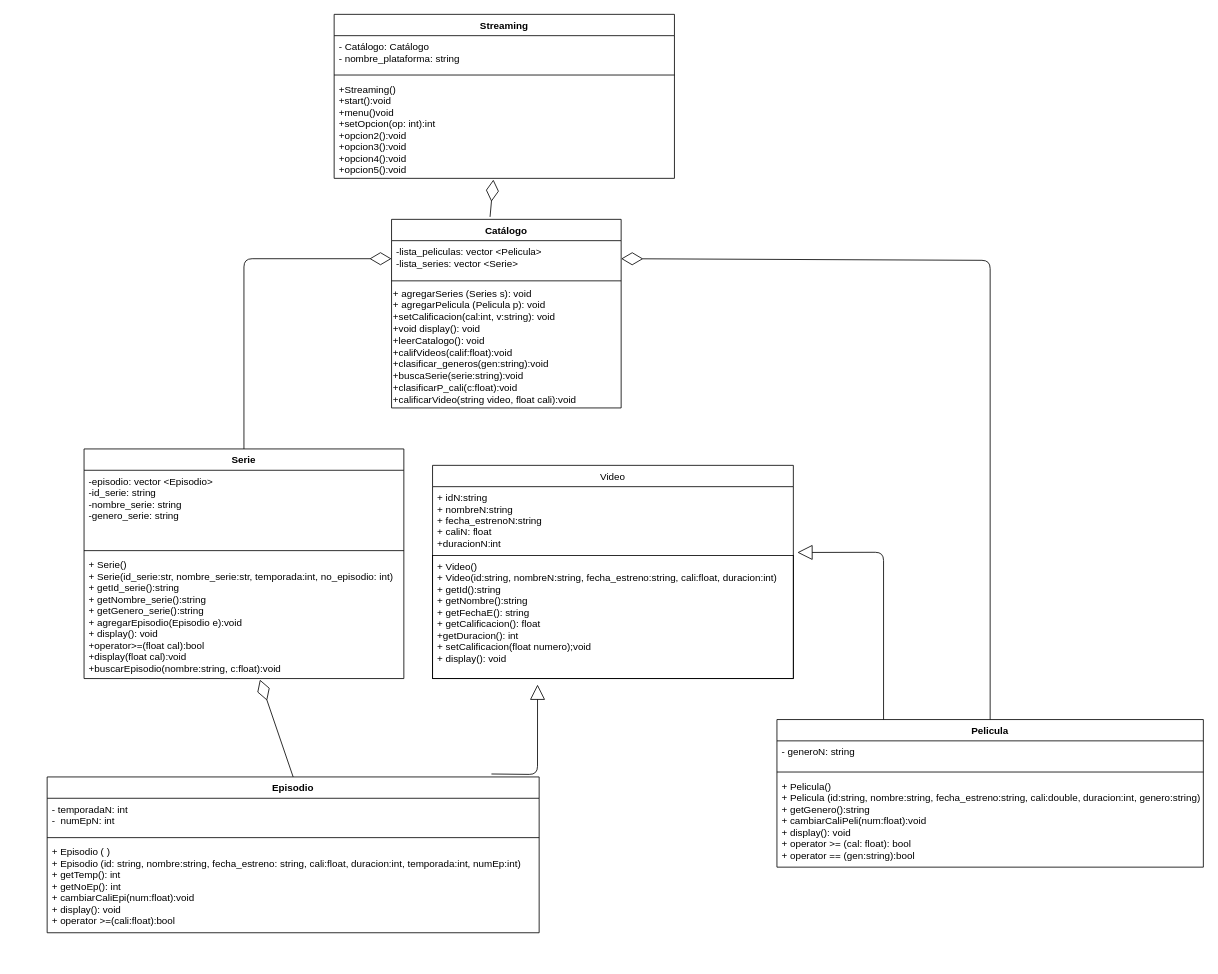
Before: streamingHerencia.drawio in FJ22-TC1030/proyectointegrador-A01748800, a draw.io diagram. Source tidied: cells renumbered, new cells numbered last; positions are measured from the earlier drawing's top-left corner, leaving out a move shared by most shapes. Both pictures are drawn from the tidied source at 82%, with x=0, y=0 at pixel (47, 14).
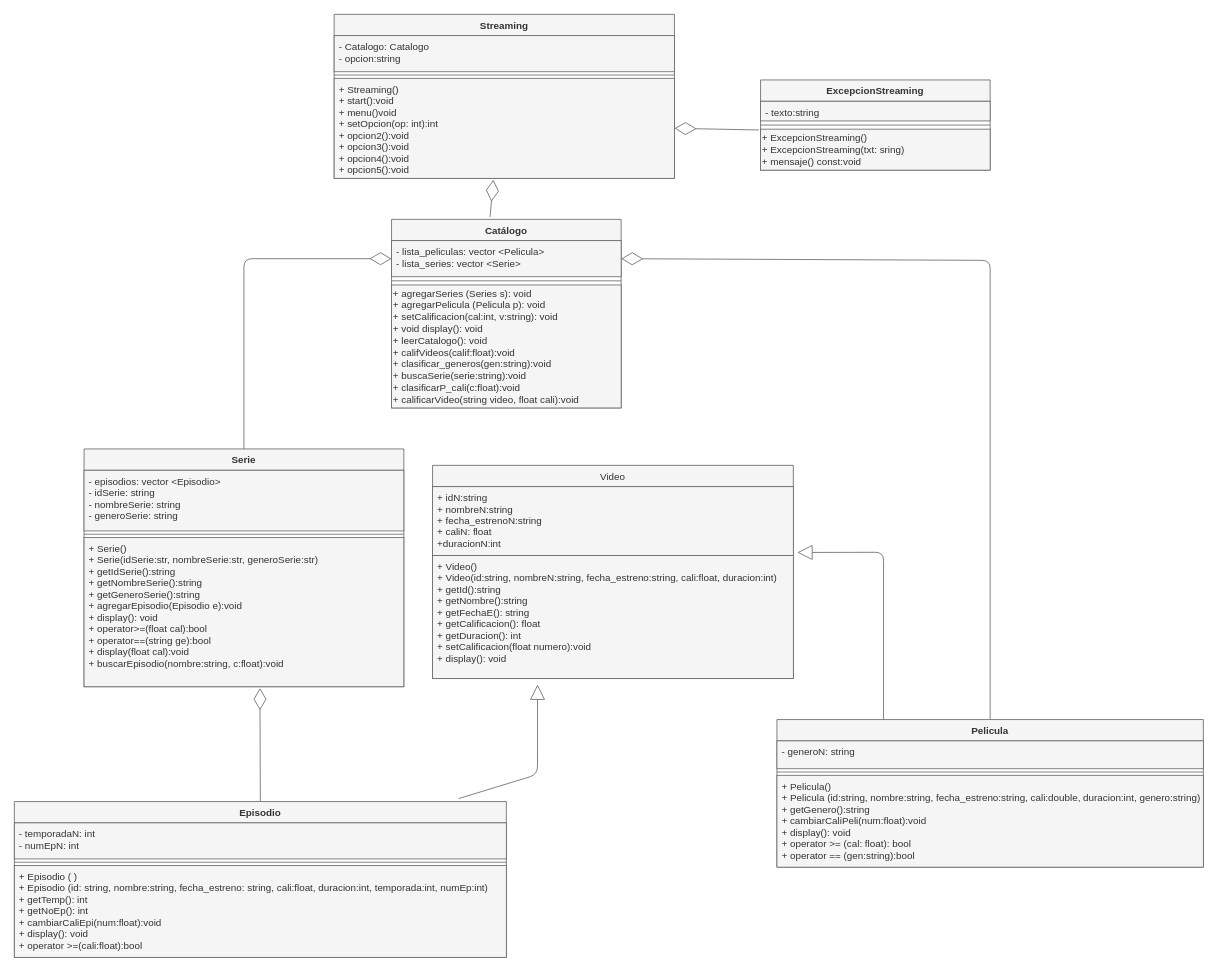
The same page after the edit.

Change to the diagram source:
```diff
@@
-<mxGraphModel>
+<mxGraphModel background="#ffffff">
@@
-    <mxCell id="2" value="Streaming" style="swimlane;fontStyle=1;align=center;verticalAlign=top;horizontal=1;startSize=26;" parent="1" vertex="1">
+    <mxCell id="2" value="Streaming" style="swimlane;fontStyle=1;align=center;verticalAlign=top;horizontal=1;startSize=26;strokeColor=#666666;fillColor=#f5f5f5;fontColor=#333333;" parent="1" vertex="1">
       <mxGeometry x="350" width="415" height="200" as="geometry" />
     </mxCell>
-    <mxCell id="3" value="- Catálogo: Catálogo&#10;- nombre_plataforma: string" style="text;strokeColor=none;fillColor=none;align=left;verticalAlign=top;spacingLeft=4;spacingRight=4;overflow=hidden;" parent="2" vertex="1">
+    <mxCell id="3" value="- Catalogo: Catalogo&#10;- opcion:string " style="text;strokeColor=#666666;fillColor=#f5f5f5;align=left;verticalAlign=top;spacingLeft=4;spacingRight=4;overflow=hidden;fontColor=#333333;" parent="2" vertex="1">
       <mxGeometry y="26" width="415" height="44" as="geometry" />
     </mxCell>
-    <mxCell id="4" style="line;strokeWidth=1;fillColor=none;align=left;verticalAlign=middle;spacingTop=-1;spacingLeft=3;spacingRight=3;labelPosition=right;" parent="2" vertex="1">
+    <mxCell id="4" style="line;strokeWidth=1;fillColor=#f5f5f5;align=left;verticalAlign=middle;spacingTop=-1;spacingLeft=3;spacingRight=3;labelPosition=right;strokeColor=#666666;fontColor=#333333;" parent="2" vertex="1">
       <mxGeometry y="70" width="415" height="8" as="geometry" />
     </mxCell>
-    <mxCell id="5" value="+Streaming()&#10;+start():void&#10;+menu()void&#10;+setOpcion(op: int):int&#10;+opcion2():void&#10;+opcion3():void    &#10;+opcion4():void&#10;+opcion5():void" style="text;strokeColor=none;fillColor=none;align=left;verticalAlign=top;spacingLeft=4;spacingRight=4;overflow=hidden;points=[[0,0.5],[1,0.5]];portConstraint=eastwest;" parent="2" vertex="1">
+    <mxCell id="5" value="+ Streaming()&#10;+ start():void&#10;+ menu()void&#10;+ setOpcion(op: int):int&#10;+ opcion2():void&#10;+ opcion3():void    &#10;+ opcion4():void&#10;+ opcion5():void" style="text;strokeColor=#666666;fillColor=#f5f5f5;align=left;verticalAlign=top;spacingLeft=4;spacingRight=4;overflow=hidden;points=[[0,0.5],[1,0.5]];portConstraint=eastwest;fontColor=#333333;" parent="2" vertex="1">
       <mxGeometry y="78" width="415" height="122" as="geometry" />
     </mxCell>
-    <mxCell id="6" value="Catálogo" style="swimlane;fontStyle=1;align=center;verticalAlign=top;horizontal=1;startSize=26;" parent="1" vertex="1">
+    <mxCell id="6" value="Catálogo" style="swimlane;fontStyle=1;align=center;verticalAlign=top;horizontal=1;startSize=26;strokeColor=#666666;fillColor=#f5f5f5;fontColor=#333333;" parent="1" vertex="1">
       <mxGeometry x="420" y="250" width="280" height="230" as="geometry" />
     </mxCell>
-    <mxCell id="7" value="-lista_peliculas: vector &lt;Pelicula&gt;&#10;-lista_series: vector &lt;Serie&gt;&#10;&#10;" style="text;strokeColor=none;fillColor=none;align=left;verticalAlign=top;spacingLeft=4;spacingRight=4;overflow=hidden;points=[[0,0.5],[1,0.5]];portConstraint=eastwest;" parent="6" vertex="1">
+    <mxCell id="7" value="- lista_peliculas: vector &lt;Pelicula&gt;&#10;- lista_series: vector &lt;Serie&gt;&#10;&#10;" style="text;strokeColor=#666666;fillColor=#f5f5f5;align=left;verticalAlign=top;spacingLeft=4;spacingRight=4;overflow=hidden;points=[[0,0.5],[1,0.5]];portConstraint=eastwest;fontColor=#333333;" parent="6" vertex="1">
       <mxGeometry y="26" width="280" height="44" as="geometry" />
     </mxCell>
-    <mxCell id="8" style="line;strokeWidth=1;fillColor=none;align=left;verticalAlign=middle;spacingTop=-1;spacingLeft=3;spacingRight=3;labelPosition=right;" parent="6" vertex="1">
+    <mxCell id="8" style="line;strokeWidth=1;fillColor=#f5f5f5;align=left;verticalAlign=middle;spacingTop=-1;spacingLeft=3;spacingRight=3;labelPosition=right;strokeColor=#666666;fontColor=#333333;" parent="6" vertex="1">
       <mxGeometry y="70" width="280" height="10" as="geometry" />
     </mxCell>
-    <mxCell id="9" value="+ agregarSeries (Series s): void&lt;br&gt;+ agregarPelicula (Pelicula p): void&lt;br&gt;&lt;div&gt;+setCalificacion(cal:int, v:string): void&lt;/div&gt;&lt;div&gt;+void display(): void&lt;/div&gt;&lt;div&gt;+leerCatalogo(): void&lt;/div&gt;&lt;div&gt;+califVideos(calif:float):void&amp;nbsp;&lt;/div&gt;&lt;div&gt;+clasificar_generos(gen:string):void&lt;/div&gt;&lt;div&gt;+buscaSerie(serie:string):void&lt;/div&gt;&lt;div&gt;+clasificarP_cali(c:float):void&lt;/div&gt;&lt;div&gt;+calificarVideo(string video, float cali):void&lt;/div&gt;" style="text;html=1;align=left;verticalAlign=middle;strokeColor=none;fillColor=none;" parent="6" vertex="1">
+    <mxCell id="9" value="+ agregarSeries (Series s): void&lt;br&gt;+ agregarPelicula (Pelicula p): void&lt;br&gt;&lt;div&gt;+ setCalificacion(cal:int, v:string): void&lt;/div&gt;&lt;div&gt;+ void display(): void&lt;/div&gt;&lt;div&gt;+ leerCatalogo(): void&lt;/div&gt;&lt;div&gt;+ califVideos(calif:float):void&amp;nbsp;&lt;/div&gt;&lt;div&gt;+ clasificar_generos(gen:string):void&lt;/div&gt;&lt;div&gt;+ buscaSerie(serie:string):void&lt;/div&gt;&lt;div&gt;+ clasificarP_cali(c:float):void&lt;/div&gt;&lt;div&gt;+ calificarVideo(string video, float cali):void&lt;/div&gt;" style="text;html=1;align=left;verticalAlign=middle;strokeColor=#666666;fillColor=#f5f5f5;fontColor=#333333;" parent="6" vertex="1">
       <mxGeometry y="80" width="280" height="150" as="geometry" />
     </mxCell>
-    <mxCell id="10" value="Episodio" style="swimlane;fontStyle=1;align=center;verticalAlign=top;horizontal=1;startSize=26;" parent="1" vertex="1">
-      <mxGeometry y="930" width="600" height="190" as="geometry" />
+    <mxCell id="10" value="Episodio" style="swimlane;fontStyle=1;align=center;verticalAlign=top;horizontal=1;startSize=26;strokeColor=#666666;fillColor=#f5f5f5;fontColor=#333333;" parent="1" vertex="1">
+      <mxGeometry x="-40" y="960" width="600" height="190" as="geometry" />
     </mxCell>
-    <mxCell id="11" value="- temporadaN: int&#10;-  numEpN: int&#10;" style="text;strokeColor=none;fillColor=none;align=left;verticalAlign=top;spacingLeft=4;spacingRight=4;overflow=hidden;" parent="10" vertex="1">
+    <mxCell id="11" value="- temporadaN: int&#10;- numEpN: int&#10;" style="text;strokeColor=#666666;fillColor=#f5f5f5;align=left;verticalAlign=top;spacingLeft=4;spacingRight=4;overflow=hidden;fontColor=#333333;" parent="10" vertex="1">
       <mxGeometry y="26" width="600" height="44" as="geometry" />
     </mxCell>
-    <mxCell id="12" style="line;strokeWidth=1;fillColor=none;align=left;verticalAlign=middle;spacingTop=-1;spacingLeft=3;spacingRight=3;labelPosition=right;" parent="10" vertex="1">
+    <mxCell id="12" style="line;strokeWidth=1;fillColor=#f5f5f5;align=left;verticalAlign=middle;spacingTop=-1;spacingLeft=3;spacingRight=3;labelPosition=right;strokeColor=#666666;fontColor=#333333;" parent="10" vertex="1">
       <mxGeometry y="70" width="600" height="8" as="geometry" />
     </mxCell>
-    <mxCell id="13" value="+ Episodio ( )&#10;+ Episodio (id: string, nombre:string, fecha_estreno: string, cali:float, duracion:int, temporada:int, numEp:int)&#10;+ getTemp(): int&#10;+ getNoEp(): int&#10;+ cambiarCaliEpi(num:float):void&#10;+ display(): void&#10;+ operator &gt;=(cali:float):bool&#10;" style="text;strokeColor=none;fillColor=none;align=left;verticalAlign=top;spacingLeft=4;spacingRight=4;overflow=hidden;" parent="10" vertex="1">
+    <mxCell id="13" value="+ Episodio ( )&#10;+ Episodio (id: string, nombre:string, fecha_estreno: string, cali:float, duracion:int, temporada:int, numEp:int)&#10;+ getTemp(): int&#10;+ getNoEp(): int&#10;+ cambiarCaliEpi(num:float):void&#10;+ display(): void&#10;+ operator &gt;=(cali:float):bool&#10;" style="text;strokeColor=#666666;fillColor=#f5f5f5;align=left;verticalAlign=top;spacingLeft=4;spacingRight=4;overflow=hidden;fontColor=#333333;" parent="10" vertex="1">
       <mxGeometry y="78" width="600" height="112" as="geometry" />
     </mxCell>
-    <mxCell id="14" value="Pelicula" style="swimlane;fontStyle=1;align=center;verticalAlign=top;horizontal=1;startSize=26;" parent="1" vertex="1">
+    <mxCell id="14" value="Pelicula" style="swimlane;fontStyle=1;align=center;verticalAlign=top;horizontal=1;startSize=26;strokeColor=#666666;fillColor=#f5f5f5;fontColor=#333333;" parent="1" vertex="1">
       <mxGeometry x="890" y="860" width="520" height="180" as="geometry" />
     </mxCell>
-    <mxCell id="15" value="- generoN: string&#10;" style="text;strokeColor=none;fillColor=none;align=left;verticalAlign=top;spacingLeft=4;spacingRight=4;overflow=hidden;" parent="14" vertex="1">
+    <mxCell id="15" value="- generoN: string&#10;" style="text;strokeColor=#666666;fillColor=#f5f5f5;align=left;verticalAlign=top;spacingLeft=4;spacingRight=4;overflow=hidden;fontColor=#333333;" parent="14" vertex="1">
       <mxGeometry y="26" width="520" height="34" as="geometry" />
     </mxCell>
-    <mxCell id="16" style="line;strokeWidth=1;fillColor=none;align=left;verticalAlign=middle;spacingTop=-1;spacingLeft=3;spacingRight=3;labelPosition=right;" parent="14" vertex="1">
+    <mxCell id="16" style="line;strokeWidth=1;fillColor=#f5f5f5;align=left;verticalAlign=middle;spacingTop=-1;spacingLeft=3;spacingRight=3;labelPosition=right;strokeColor=#666666;fontColor=#333333;" parent="14" vertex="1">
       <mxGeometry y="60" width="520" height="8" as="geometry" />
     </mxCell>
-    <mxCell id="17" value="+ Pelicula()&#10;+ Pelicula (id:string, nombre:string, fecha_estreno:string, cali:double, duracion:int, genero:string)&#10;+ getGenero():string&#10;+ cambiarCaliPeli(num:float):void &#10;+ display(): void&#10;+ operator &gt;= (cal: float): bool&#10;+ operator == (gen:string):bool&#10;" style="text;strokeColor=none;fillColor=none;align=left;verticalAlign=top;spacingLeft=4;spacingRight=4;overflow=hidden;" parent="14" vertex="1">
+    <mxCell id="17" value="+ Pelicula()&#10;+ Pelicula (id:string, nombre:string, fecha_estreno:string, cali:double, duracion:int, genero:string)&#10;+ getGenero():string&#10;+ cambiarCaliPeli(num:float):void &#10;+ display(): void&#10;+ operator &gt;= (cal: float): bool&#10;+ operator == (gen:string):bool&#10;" style="text;strokeColor=#666666;fillColor=#f5f5f5;align=left;verticalAlign=top;spacingLeft=4;spacingRight=4;overflow=hidden;fontColor=#333333;" parent="14" vertex="1">
       <mxGeometry y="68" width="520" height="112" as="geometry" />
     </mxCell>
-    <mxCell id="18" style="endArrow=diamondThin;endFill=0;endSize=24;html=1;exitX=0.5;exitY=0;exitDx=0;exitDy=0;entryX=0.55;entryY=1.009;entryDx=0;entryDy=0;entryPerimeter=0;" parent="1" edge="1" source="10" target="28">
+    <mxCell id="18" style="endArrow=diamondThin;endFill=0;endSize=24;html=1;exitX=0.5;exitY=0;exitDx=0;exitDy=0;entryX=0.55;entryY=1.009;entryDx=0;entryDy=0;entryPerimeter=0;fontColor=#000000;strokeColor=#666666;fillColor=#f5f5f5;" parent="1" edge="1" source="10" target="28">
       <mxGeometry relative="1" as="geometry" />
     </mxCell>
-    <mxCell id="19" style="endArrow=diamondThin;endFill=0;endSize=24;html=1;exitX=0.5;exitY=0;exitDx=0;exitDy=0;entryX=0;entryY=0.5;entryDx=0;entryDy=0;" parent="1" edge="1" source="25" target="7">
+    <mxCell id="19" style="endArrow=diamondThin;endFill=0;endSize=24;html=1;exitX=0.5;exitY=0;exitDx=0;exitDy=0;entryX=0;entryY=0.5;entryDx=0;entryDy=0;fontColor=#000000;strokeColor=#666666;fillColor=#f5f5f5;" parent="1" edge="1" source="25" target="7">
       <mxGeometry relative="1" as="geometry">
         <Array as="points">
           <mxPoint x="240" y="298" />
         </Array>
       </mxGeometry>
     </mxCell>
-    <mxCell id="20" style="endArrow=diamondThin;endFill=0;endSize=24;html=1;entryX=1;entryY=0.5;entryDx=0;entryDy=0;exitX=0.5;exitY=0;exitDx=0;exitDy=0;" parent="1" edge="1" source="14" target="7">
+    <mxCell id="20" style="endArrow=diamondThin;endFill=0;endSize=24;html=1;entryX=1;entryY=0.5;entryDx=0;entryDy=0;exitX=0.5;exitY=0;exitDx=0;exitDy=0;fontColor=#000000;strokeColor=#666666;fillColor=#f5f5f5;" parent="1" edge="1" source="14" target="7">
       <mxGeometry relative="1" as="geometry">
         <Array as="points">
           <mxPoint x="1150" y="300" />
         </Array>
       </mxGeometry>
     </mxCell>
-    <mxCell id="21" value="Video" style="swimlane;fontStyle=0;horizontal=1;startSize=26;fillColor=none;strokeColor=default;" parent="1" vertex="1">
+    <mxCell id="21" value="Video" style="swimlane;fontStyle=0;horizontal=1;startSize=26;fillColor=#f5f5f5;strokeColor=#666666;fontColor=#333333;" parent="1" vertex="1">
       <mxGeometry x="470" y="550" width="440" height="260" as="geometry" />
     </mxCell>
-    <mxCell id="22" value="+ idN:string&#10;+ nombreN:string&#10;+ fecha_estrenoN:string&#10;+ caliN: float&#10;+duracionN:int" style="text;strokeColor=none;fillColor=none;align=left;verticalAlign=top;spacingLeft=4;spacingRight=4;overflow=hidden;" parent="21" vertex="1">
+    <mxCell id="22" value="+ idN:string&#10;+ nombreN:string&#10;+ fecha_estrenoN:string&#10;+ caliN: float&#10;+duracionN:int" style="text;strokeColor=#666666;fillColor=#f5f5f5;align=left;verticalAlign=top;spacingLeft=4;spacingRight=4;overflow=hidden;fontColor=#333333;" parent="21" vertex="1">
       <mxGeometry y="26" width="440" height="84" as="geometry" />
     </mxCell>
-    <mxCell id="23" value="+ Video()&#10;+ Video(id:string, nombreN:string, fecha_estreno:string, cali:float, duracion:int)&#10;+ getId():string&#10;+ getNombre():string&#10;+ getFechaE(): string&#10;+ getCalificacion(): float&#10;+getDuracion(): int&#10;+ setCalificacion(float numero);void &#10;+ display(): void" style="text;strokeColor=default;fillColor=none;align=left;verticalAlign=top;spacingLeft=4;spacingRight=4;overflow=hidden;points=[[0,0.5],[1,0.5]];portConstraint=eastwest;" parent="21" vertex="1">
+    <mxCell id="23" value="+ Video()&#10;+ Video(id:string, nombreN:string, fecha_estreno:string, cali:float, duracion:int)&#10;+ getId():string&#10;+ getNombre():string&#10;+ getFechaE(): string&#10;+ getCalificacion(): float&#10;+ getDuracion(): int&#10;+ setCalificacion(float numero):void &#10;+ display(): void" style="text;strokeColor=#666666;fillColor=#f5f5f5;align=left;verticalAlign=top;spacingLeft=4;spacingRight=4;overflow=hidden;points=[[0,0.5],[1,0.5]];portConstraint=eastwest;fontColor=#333333;" parent="21" vertex="1">
       <mxGeometry y="110" width="440" height="150" as="geometry" />
     </mxCell>
-    <mxCell id="24" style="endArrow=diamondThin;endFill=0;endSize=24;html=1;entryX=0.468;entryY=1.013;entryDx=0;entryDy=0;entryPerimeter=0;exitX=0.429;exitY=-0.013;exitDx=0;exitDy=0;exitPerimeter=0;" parent="1" edge="1" source="6" target="5">
+    <mxCell id="24" style="endArrow=diamondThin;endFill=0;endSize=24;html=1;entryX=0.468;entryY=1.013;entryDx=0;entryDy=0;entryPerimeter=0;exitX=0.429;exitY=-0.013;exitDx=0;exitDy=0;exitPerimeter=0;fontColor=#000000;strokeColor=#666666;fillColor=#f5f5f5;" parent="1" edge="1" source="6" target="5">
       <mxGeometry relative="1" as="geometry" />
     </mxCell>
-    <mxCell id="25" value="Serie" style="swimlane;fontStyle=1;align=center;verticalAlign=top;horizontal=1;startSize=26;" parent="1" vertex="1">
-      <mxGeometry x="45" y="530" width="390" height="280" as="geometry" />
+    <mxCell id="25" value="Serie" style="swimlane;fontStyle=1;align=center;verticalAlign=top;horizontal=1;startSize=26;strokeColor=#666666;fillColor=#f5f5f5;fontColor=#333333;" parent="1" vertex="1">
+      <mxGeometry x="45" y="530" width="390" height="290" as="geometry" />
     </mxCell>
-    <mxCell id="26" value="-episodio: vector &lt;Episodio&gt;&#10;-id_serie: string&#10;-nombre_serie: string&#10;-genero_serie: string" style="text;strokeColor=none;fillColor=none;align=left;verticalAlign=top;spacingLeft=4;spacingRight=4;overflow=hidden;" parent="25" vertex="1">
-      <mxGeometry y="26" width="390" height="94" as="geometry" />
+    <mxCell id="26" value="- episodios: vector &lt;Episodio&gt;&#10;- idSerie: string&#10;- nombreSerie: string&#10;- generoSerie: string" style="text;strokeColor=#666666;fillColor=#f5f5f5;align=left;verticalAlign=top;spacingLeft=4;spacingRight=4;overflow=hidden;fontColor=#333333;" parent="25" vertex="1">
+      <mxGeometry y="26" width="390" height="74" as="geometry" />
     </mxCell>
-    <mxCell id="27" style="line;strokeWidth=1;fillColor=none;align=left;verticalAlign=middle;spacingTop=-1;spacingLeft=3;spacingRight=3;labelPosition=right;" parent="25" vertex="1">
-      <mxGeometry y="120" width="390" height="8" as="geometry" />
+    <mxCell id="27" style="line;strokeWidth=1;fillColor=#f5f5f5;align=left;verticalAlign=middle;spacingTop=-1;spacingLeft=3;spacingRight=3;labelPosition=right;strokeColor=#666666;fontColor=#333333;" parent="25" vertex="1">
+      <mxGeometry y="100" width="390" height="8" as="geometry" />
     </mxCell>
-    <mxCell id="28" value="+ Serie()&#10;+ Serie(id_serie:str, nombre_serie:str, temporada:int, no_episodio: int)&#10;+ getId_serie():string&#10;+ getNombre_serie():string&#10;+ getGenero_serie():string&#10;+ agregarEpisodio(Episodio e):void&#10;+ display(): void&#10;+operator&gt;=(float cal):bool&#10;+display(float cal):void&#10;+buscarEpisodio(nombre:string, c:float):void" style="text;strokeColor=none;fillColor=none;align=left;verticalAlign=top;spacingLeft=4;spacingRight=4;overflow=hidden;points=[[0,0.5],[1,0.5]];portConstraint=eastwest;" parent="25" vertex="1">
-      <mxGeometry y="128" width="390" height="152" as="geometry" />
+    <mxCell id="28" value="+ Serie()&#10;+ Serie(idSerie:str, nombreSerie:str, generoSerie:str)&#10;+ getIdSerie():string&#10;+ getNombreSerie():string&#10;+ getGeneroSerie():string&#10;+ agregarEpisodio(Episodio e):void&#10;+ display(): void&#10;+ operator&gt;=(float cal):bool&#10;+ operator==(string ge):bool&#10;+ display(float cal):void&#10;+ buscarEpisodio(nombre:string, c:float):void" style="text;strokeColor=#666666;fillColor=#f5f5f5;align=left;verticalAlign=top;spacingLeft=4;spacingRight=4;overflow=hidden;points=[[0,0.5],[1,0.5]];portConstraint=eastwest;fontColor=#333333;" parent="25" vertex="1">
+      <mxGeometry y="108" width="390" height="182" as="geometry" />
     </mxCell>
-    <mxCell id="29" style="endArrow=block;endSize=16;endFill=0;html=1;entryX=1.011;entryY=-0.025;entryDx=0;entryDy=0;entryPerimeter=0;exitX=0.25;exitY=0;exitDx=0;exitDy=0;" parent="1" edge="1" source="14" target="23">
+    <mxCell id="29" style="endArrow=block;endSize=16;endFill=0;html=1;entryX=1.011;entryY=-0.025;entryDx=0;entryDy=0;entryPerimeter=0;exitX=0.25;exitY=0;exitDx=0;exitDy=0;fontColor=#000000;strokeColor=#666666;fillColor=#f5f5f5;" parent="1" edge="1" source="14" target="23">
       <mxGeometry relative="1" as="geometry">
         <Array as="points">
           <mxPoint x="1020" y="656" />
         </Array>
       </mxGeometry>
     </mxCell>
-    <mxCell id="30" style="endArrow=block;endSize=16;endFill=0;html=1;entryX=0.291;entryY=1.049;entryDx=0;entryDy=0;entryPerimeter=0;exitX=0.903;exitY=-0.019;exitDx=0;exitDy=0;exitPerimeter=0;" parent="1" edge="1" source="10" target="23">
+    <mxCell id="30" style="endArrow=block;endSize=16;endFill=0;html=1;entryX=0.291;entryY=1.049;entryDx=0;entryDy=0;entryPerimeter=0;exitX=0.903;exitY=-0.019;exitDx=0;exitDy=0;exitPerimeter=0;fontColor=#000000;strokeColor=#666666;fillColor=#f5f5f5;" parent="1" edge="1" source="10" target="23">
       <mxGeometry relative="1" as="geometry">
         <Array as="points">
           <mxPoint x="598" y="927" />
         </Array>
       </mxGeometry>
     </mxCell>
+    <mxCell id="31" value="ExcepcionStreaming" style="swimlane;fontStyle=1;align=center;verticalAlign=top;horizontal=1;startSize=26;strokeColor=#666666;fillColor=#f5f5f5;fontColor=#333333;" parent="1" vertex="1">
+      <mxGeometry x="870" y="80" width="280" height="110" as="geometry" />
+    </mxCell>
+    <mxCell id="32" value="- texto:string&#10;" style="text;strokeColor=#666666;fillColor=#f5f5f5;align=left;verticalAlign=top;spacingLeft=4;spacingRight=4;overflow=hidden;fontColor=#333333;" parent="31" vertex="1">
+      <mxGeometry y="26" width="280" height="24" as="geometry" />
+    </mxCell>
+    <mxCell id="33" style="line;strokeWidth=1;fillColor=#f5f5f5;align=left;verticalAlign=middle;spacingTop=-1;spacingLeft=3;spacingRight=3;labelPosition=right;strokeColor=#666666;fontColor=#333333;" parent="31" vertex="1">
+      <mxGeometry y="50" width="280" height="10" as="geometry" />
+    </mxCell>
+    <mxCell id="34" value="+&amp;nbsp;&lt;span&gt;ExcepcionStreaming()&lt;/span&gt;&lt;div&gt;+ ExcepcionStreaming(txt: sring)&lt;/div&gt;&lt;div&gt;+ mensaje() const:void&lt;/div&gt;" style="text;html=1;align=left;verticalAlign=middle;points=[];strokeColor=#666666;fillColor=#f5f5f5;fontColor=#333333;" parent="31" vertex="1">
+      <mxGeometry y="60" width="280" height="50" as="geometry" />
+    </mxCell>
+    <mxCell id="35" style="endArrow=diamondThin;endFill=0;endSize=24;html=1;exitX=-0.007;exitY=0.02;exitDx=0;exitDy=0;exitPerimeter=0;entryX=1;entryY=0.5;entryDx=0;entryDy=0;fontColor=#000000;strokeColor=#666666;fillColor=#f5f5f5;" parent="1" edge="1" source="34" target="5">
+      <mxGeometry relative="1" as="geometry" />
+    </mxCell>
```
